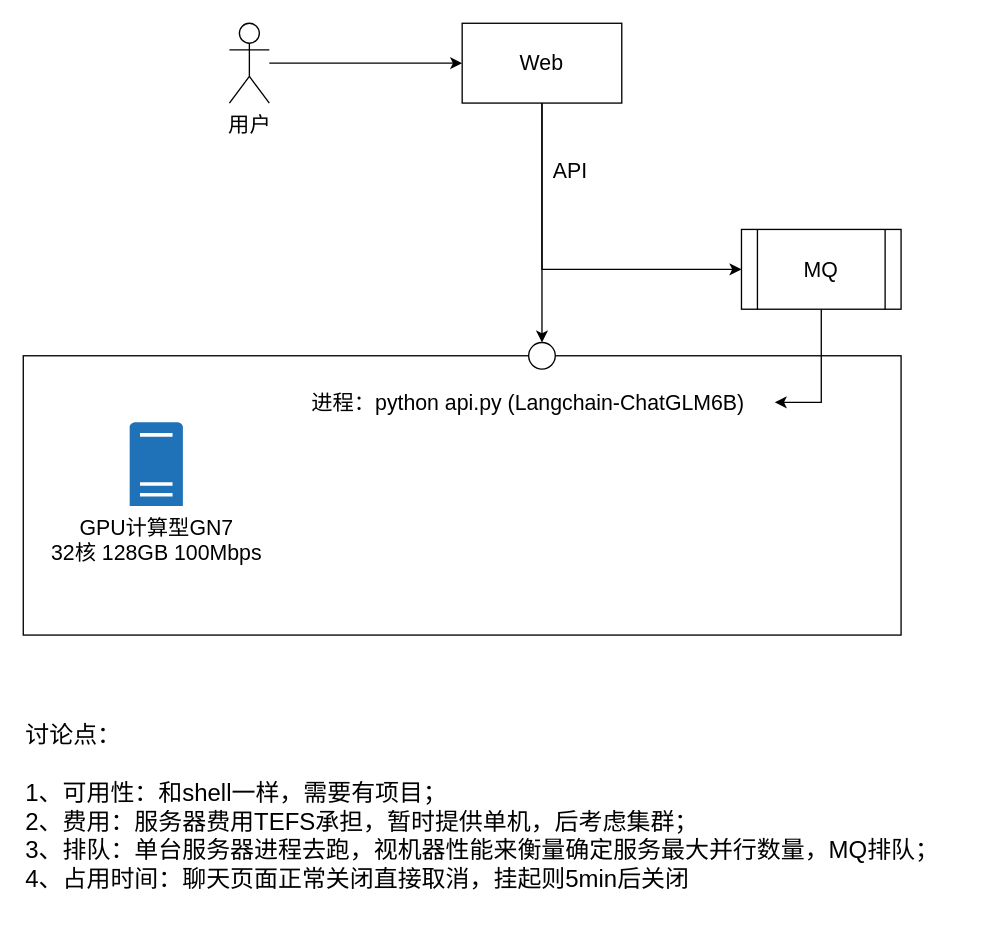
Before: page "chat" (10 of 10) of draft/TEFS/project.drawio in mattshhuang/draw-io, a draw.io diagram. Source tidied: cells renumbered, new cells numbered last; positions are measured from the earlier drawing's top-left corner, leaving out a move shared by most shapes. Both pictures are drawn from the tidied source at 133%, with x=0, y=0 at pixel (23, 23).
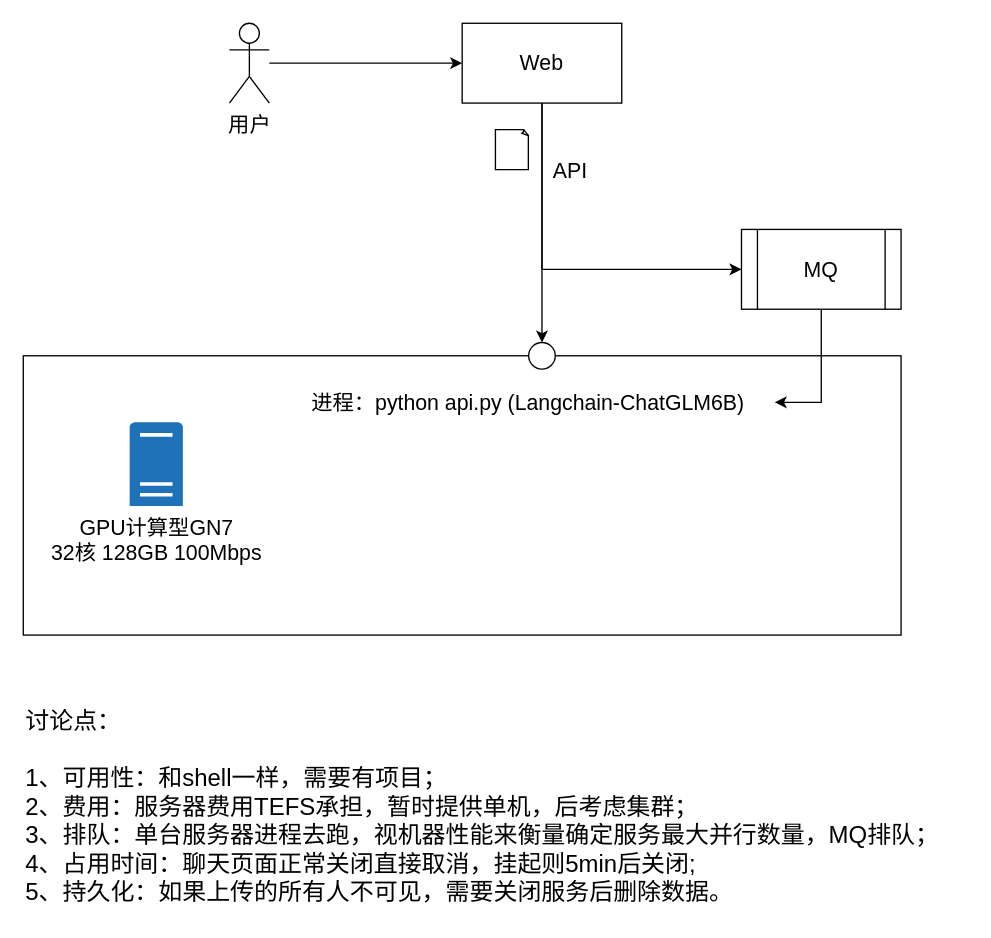
Above is the later version.

The edit, as a diff of the source:
```diff
@@
 <mxGraphModel>
   <root>
     <mxCell id="0" />
     <mxCell id="1" parent="0" />
     <mxCell id="2" style="rounded=0;whiteSpace=wrap;html=1;" parent="1" vertex="1">
       <mxGeometry y="250" width="660" height="210" as="geometry" />
     </mxCell>
     <mxCell id="3" value="&lt;div style=&quot;font-size: 16px;&quot;&gt;&lt;font style=&quot;font-size: 16px;&quot;&gt;GPU计算型GN7&lt;/font&gt;&lt;/div&gt;&lt;div style=&quot;font-size: 16px;&quot;&gt;&lt;span style=&quot;background-color: initial;&quot;&gt;&lt;font style=&quot;font-size: 16px;&quot;&gt;32核 128GB 100Mbps&lt;/font&gt;&lt;/span&gt;&lt;br&gt;&lt;/div&gt;" style="shadow=0;html=1;strokeColor=none;labelPosition=center;verticalLabelPosition=bottom;verticalAlign=top;align=center;shape=mxgraph.office.servers.server_generic;fillColor=#2072B8;fontSize=6;" parent="1" vertex="1">
       <mxGeometry x="80" y="300" width="40" height="63" as="geometry" />
     </mxCell>
     <mxCell id="4" style="edgeStyle=orthogonalEdgeStyle;rounded=0;jettySize=auto;html=1;entryX=0;entryY=0.5;entryDx=0;entryDy=0;" parent="1" edge="1" source="5" target="9">
       <mxGeometry relative="1" as="geometry" />
     </mxCell>
     <mxCell id="5" value="&lt;font style=&quot;font-size: 16px;&quot;&gt;用户&lt;/font&gt;" style="shape=umlActor;verticalLabelPosition=bottom;verticalAlign=top;html=1;outlineConnect=0;" parent="1" vertex="1">
       <mxGeometry x="155" width="30" height="60" as="geometry" />
     </mxCell>
     <mxCell id="6" style="edgeStyle=orthogonalEdgeStyle;rounded=0;jettySize=auto;html=1;entryX=0.5;entryY=0;entryDx=0;entryDy=0;" parent="1" edge="1" source="9" target="14">
       <mxGeometry relative="1" as="geometry" />
     </mxCell>
     <mxCell id="7" value="&lt;font style=&quot;font-size: 16px;&quot;&gt;API&lt;/font&gt;" style="edgeLabel;html=1;align=center;verticalAlign=middle;" parent="6" vertex="1">
       <mxGeometry x="-0.05" relative="1" as="geometry">
         <mxPoint x="20" y="-36" as="offset" />
       </mxGeometry>
     </mxCell>
     <mxCell id="8" style="edgeStyle=orthogonalEdgeStyle;rounded=0;jettySize=auto;html=1;entryX=0;entryY=0.5;entryDx=0;entryDy=0;" parent="1" edge="1" source="9" target="13">
       <mxGeometry relative="1" as="geometry">
         <Array as="points">
           <mxPoint x="390" y="185" />
         </Array>
       </mxGeometry>
     </mxCell>
     <mxCell id="9" value="&lt;font style=&quot;font-size: 16px;&quot;&gt;Web&lt;/font&gt;" style="rounded=0;whiteSpace=wrap;html=1;" parent="1" vertex="1">
       <mxGeometry x="330" width="120" height="60" as="geometry" />
     </mxCell>
     <mxCell id="10" value="&lt;font style=&quot;font-size: 16px;&quot;&gt;进程：python api.py (Langchain-ChatGLM6B)&lt;/font&gt;" style="text;html=1;strokeColor=none;fillColor=none;align=left;verticalAlign=middle;whiteSpace=wrap;rounded=0;" parent="1" vertex="1">
       <mxGeometry x="215" y="270" width="350" height="30" as="geometry" />
     </mxCell>
-    <mxCell id="11" value="&lt;div style=&quot;font-size: 18px;&quot;&gt;讨论点：&lt;/div&gt;&lt;div style=&quot;font-size: 18px;&quot;&gt;&lt;br&gt;&lt;/div&gt;&lt;div style=&quot;font-size: 18px;&quot;&gt;&lt;span style=&quot;background-color: initial;&quot;&gt;&lt;font style=&quot;font-size: 18px;&quot;&gt;1、可用性：和shell一样，需要有项目；&lt;/font&gt;&lt;/span&gt;&lt;/div&gt;&lt;div style=&quot;font-size: 18px;&quot;&gt;&lt;span style=&quot;background-color: initial;&quot;&gt;&lt;font style=&quot;font-size: 18px;&quot;&gt;2、费用：服务器费用TEFS承担，暂时提供单机，后考虑集群；&lt;/font&gt;&lt;/span&gt;&lt;/div&gt;&lt;div style=&quot;font-size: 18px;&quot;&gt;&lt;span style=&quot;background-color: initial;&quot;&gt;&lt;font style=&quot;font-size: 18px;&quot;&gt;3、排队：单台服务器进程去跑，视机器性能来衡量确定服务最大并行数量，MQ排队；&lt;/font&gt;&lt;/span&gt;&lt;/div&gt;&lt;div style=&quot;font-size: 18px;&quot;&gt;&lt;span style=&quot;background-color: initial;&quot;&gt;&lt;font style=&quot;font-size: 18px;&quot;&gt;4、占用时间：聊天页面正常关闭直接取消，挂起则5min后关闭&lt;/font&gt;&lt;/span&gt;&lt;/div&gt;" style="text;html=1;align=left;verticalAlign=middle;strokeColor=none;fillColor=none;" parent="1" vertex="1">
-      <mxGeometry y="520" width="710" height="140" as="geometry" />
+    <mxCell id="11" value="&lt;div style=&quot;font-size: 18px;&quot;&gt;讨论点：&lt;/div&gt;&lt;div style=&quot;font-size: 18px;&quot;&gt;&lt;br&gt;&lt;/div&gt;&lt;div style=&quot;font-size: 18px;&quot;&gt;&lt;span style=&quot;background-color: initial;&quot;&gt;&lt;font style=&quot;font-size: 18px;&quot;&gt;1、可用性：和shell一样，需要有项目；&lt;/font&gt;&lt;/span&gt;&lt;/div&gt;&lt;div style=&quot;font-size: 18px;&quot;&gt;&lt;span style=&quot;background-color: initial;&quot;&gt;&lt;font style=&quot;font-size: 18px;&quot;&gt;2、费用：服务器费用TEFS承担，暂时提供单机，后考虑集群；&lt;/font&gt;&lt;/span&gt;&lt;/div&gt;&lt;div style=&quot;font-size: 18px;&quot;&gt;&lt;span style=&quot;background-color: initial;&quot;&gt;&lt;font style=&quot;font-size: 18px;&quot;&gt;3、排队：单台服务器进程去跑，视机器性能来衡量确定服务最大并行数量，MQ排队；&lt;/font&gt;&lt;/span&gt;&lt;/div&gt;&lt;div style=&quot;font-size: 18px;&quot;&gt;&lt;span style=&quot;background-color: initial;&quot;&gt;&lt;font style=&quot;font-size: 18px;&quot;&gt;4、占用时间：聊天页面正常关闭直接取消，挂起则5min后关闭;&lt;/font&gt;&lt;/span&gt;&lt;/div&gt;&lt;div style=&quot;font-size: 18px;&quot;&gt;&lt;span style=&quot;background-color: initial;&quot;&gt;&lt;font style=&quot;font-size: 18px;&quot;&gt;5、持久化：如果上传的所有人不可见，需要关闭服务后删除数据。&lt;/font&gt;&lt;/span&gt;&lt;/div&gt;" style="text;html=1;align=left;verticalAlign=middle;strokeColor=none;fillColor=none;" parent="1" vertex="1">
+      <mxGeometry y="510" width="710" height="160" as="geometry" />
     </mxCell>
     <mxCell id="12" style="edgeStyle=orthogonalEdgeStyle;rounded=0;jettySize=auto;html=1;entryX=1;entryY=0.5;entryDx=0;entryDy=0;" parent="1" edge="1" source="13" target="10">
       <mxGeometry relative="1" as="geometry" />
     </mxCell>
     <mxCell id="13" value="&lt;font style=&quot;font-size: 16px;&quot;&gt;MQ&lt;/font&gt;" style="shape=process;whiteSpace=wrap;html=1;backgroundOutline=1;" parent="1" vertex="1">
       <mxGeometry x="540" y="155" width="120" height="60" as="geometry" />
     </mxCell>
     <mxCell id="14" style="ellipse;whiteSpace=wrap;html=1;" parent="1" vertex="1">
       <mxGeometry x="380" y="240" width="20" height="20" as="geometry" />
     </mxCell>
+    <mxCell id="15" style="whiteSpace=wrap;html=1;shape=mxgraph.basic.document;" parent="1" vertex="1">
+      <mxGeometry x="355" y="80" width="25" height="30" as="geometry" />
+    </mxCell>
   </root>
 </mxGraphModel>
```
